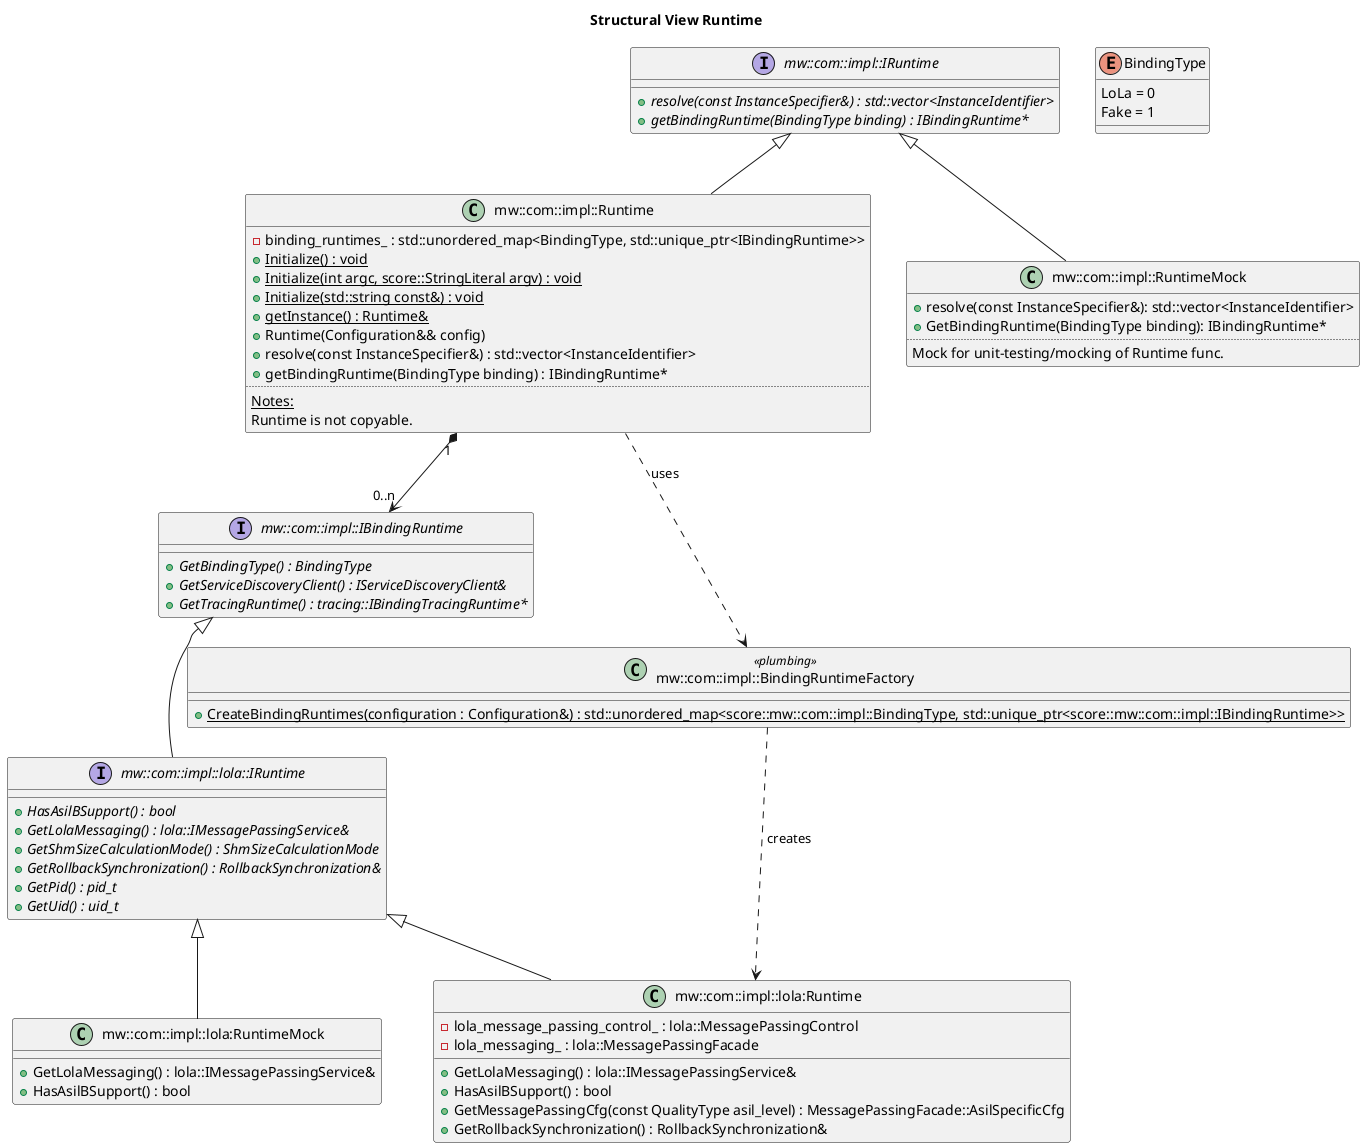
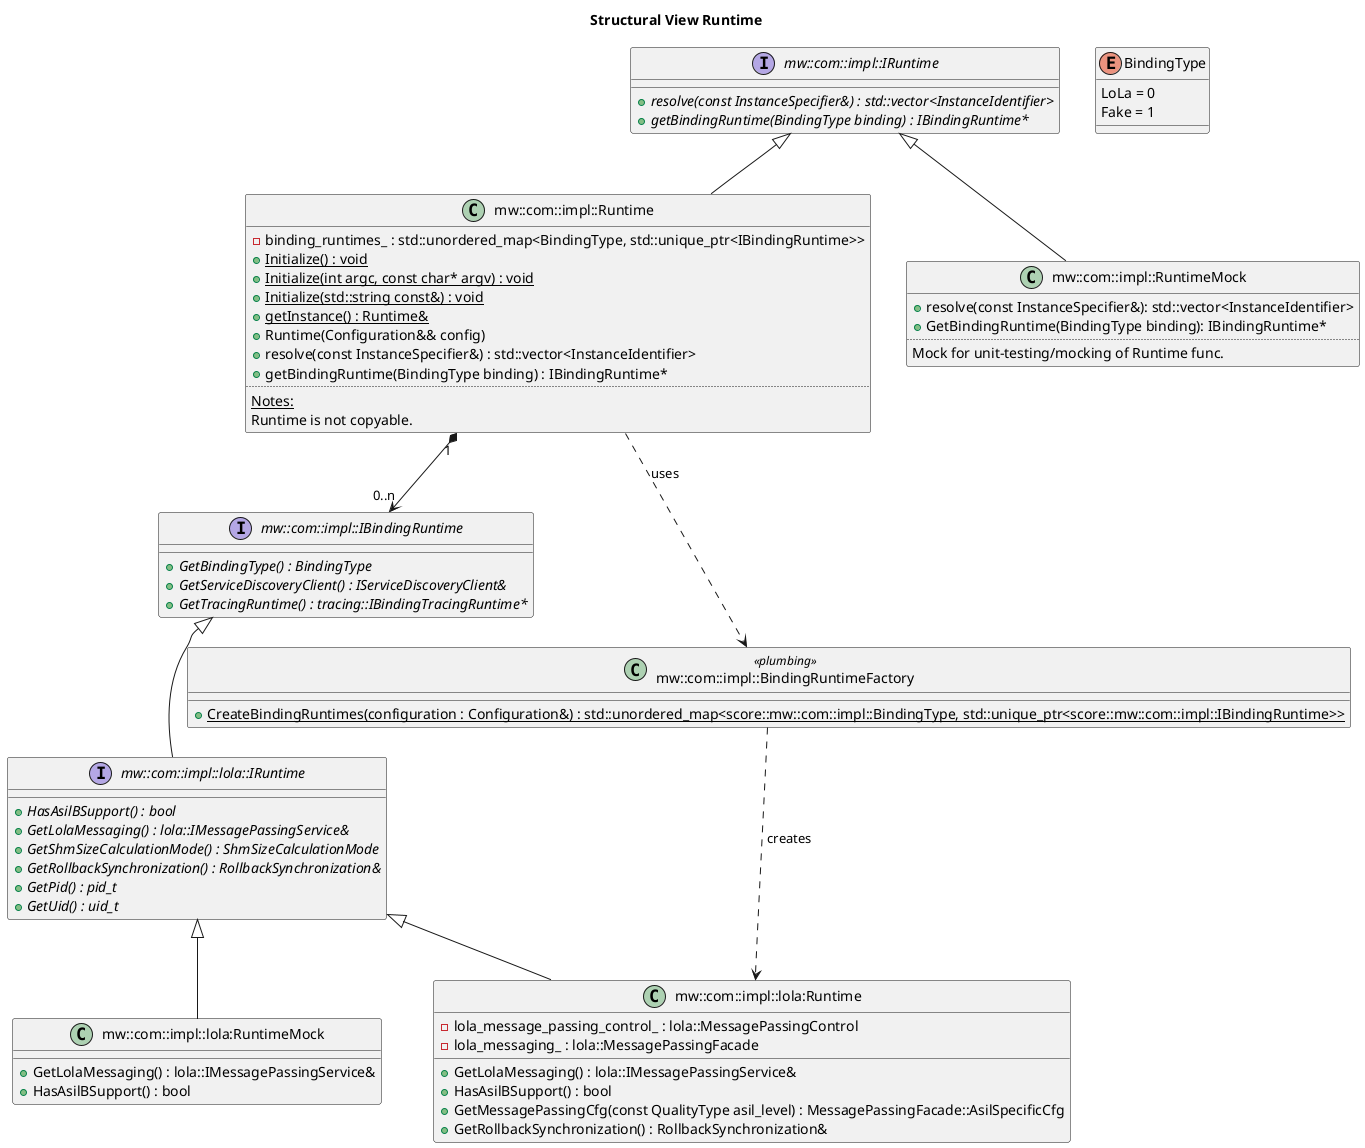
@startuml runtime_structural_view
title "Structural View Runtime"

interface "mw::com::impl::IRuntime" as IRuntime {
    +{abstract} resolve(const InstanceSpecifier&) : std::vector<InstanceIdentifier>
    +{abstract} getBindingRuntime(BindingType binding) : IBindingRuntime*
}

enum BindingType {
    LoLa = 0
    Fake = 1
}

class "mw::com::impl::Runtime" as Runtime {
    -binding_runtimes_ : std::unordered_map<BindingType, std::unique_ptr<IBindingRuntime>>
    +{static} Initialize() : void
-     +{static} Initialize(int argc, score::StringLiteral argv) : void
+     +{static} Initialize(int argc, const char* argv) : void
    +{static} Initialize(std::string const&) : void
    +{static} getInstance() : Runtime&
    +Runtime(Configuration&& config)
    +resolve(const InstanceSpecifier&) : std::vector<InstanceIdentifier>
    +getBindingRuntime(BindingType binding) : IBindingRuntime*
    ..
    <u>Notes:</u>
    Runtime is not copyable.
}

class "mw::com::impl::RuntimeMock" as RuntimeMock {
    +resolve(const InstanceSpecifier&): std::vector<InstanceIdentifier>
    +GetBindingRuntime(BindingType binding): IBindingRuntime*
    ..
    Mock for unit-testing/mocking of Runtime func.
}

interface "mw::com::impl::IBindingRuntime" as IBindingRuntime {
    +{abstract} GetBindingType() : BindingType
    +{abstract} GetServiceDiscoveryClient() : IServiceDiscoveryClient&
    +{abstract} GetTracingRuntime() : tracing::IBindingTracingRuntime*
}

class "mw::com::impl::BindingRuntimeFactory" as BindingRuntimeFactory << plumbing >> {
    +{static} CreateBindingRuntimes(configuration : Configuration&) : std::unordered_map<score::mw::com::impl::BindingType, std::unique_ptr<score::mw::com::impl::IBindingRuntime>>
}

interface "mw::com::impl::lola::IRuntime" as LolaIRuntime {
    +{abstract} HasAsilBSupport() : bool
    +{abstract} GetLolaMessaging() : lola::IMessagePassingService&
    +{abstract} GetShmSizeCalculationMode() : ShmSizeCalculationMode
    +{abstract} GetRollbackSynchronization() : RollbackSynchronization&
    +{abstract} GetPid() : pid_t
    +{abstract} GetUid() : uid_t
}

class "mw::com::impl::lola:Runtime" as LolaRuntime {
    -lola_message_passing_control_ : lola::MessagePassingControl
    -lola_messaging_ : lola::MessagePassingFacade
    +GetLolaMessaging() : lola::IMessagePassingService&
    +HasAsilBSupport() : bool
    +GetMessagePassingCfg(const QualityType asil_level) : MessagePassingFacade::AsilSpecificCfg
    +GetRollbackSynchronization() : RollbackSynchronization&
}

class "mw::com::impl::lola:RuntimeMock" as LolaRuntimeMock {
    +GetLolaMessaging() : lola::IMessagePassingService&
    +HasAsilBSupport() : bool
}

IRuntime <|-- Runtime
IRuntime <|-- RuntimeMock
Runtime "1" *--> "0..n" IBindingRuntime

IBindingRuntime <|-- LolaIRuntime
LolaIRuntime <|-- LolaRuntime
LolaIRuntime <|-- LolaRuntimeMock

BindingRuntimeFactory ..> LolaRuntime : creates
Runtime ..> BindingRuntimeFactory : uses

@enduml
